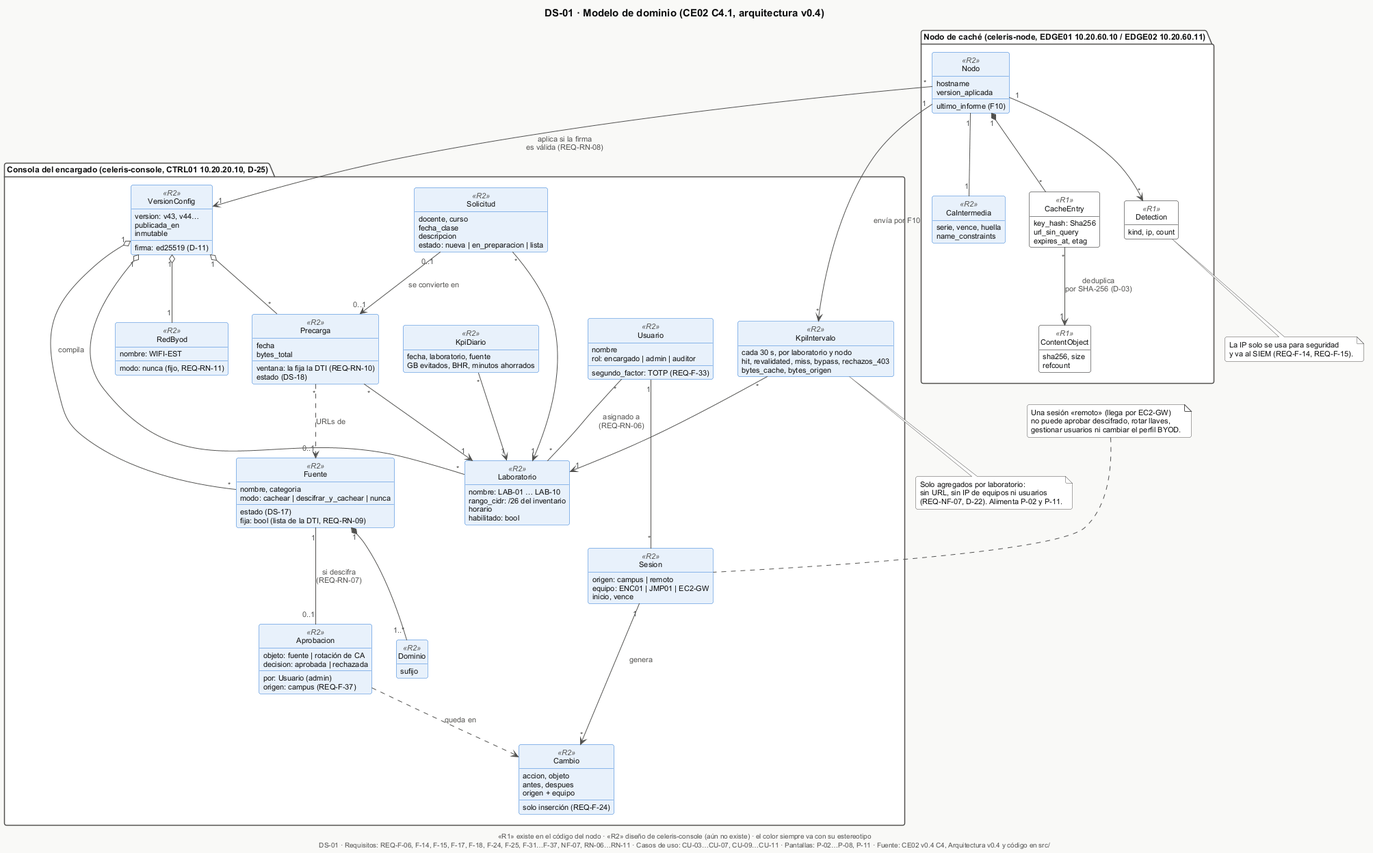
Nick-Saim-MJ/Project-Celeris keeps this PlantUML diagram as docs/software/e1/diagramas/png/DS-01-modelo-dominio.png. Above is the earlier version.
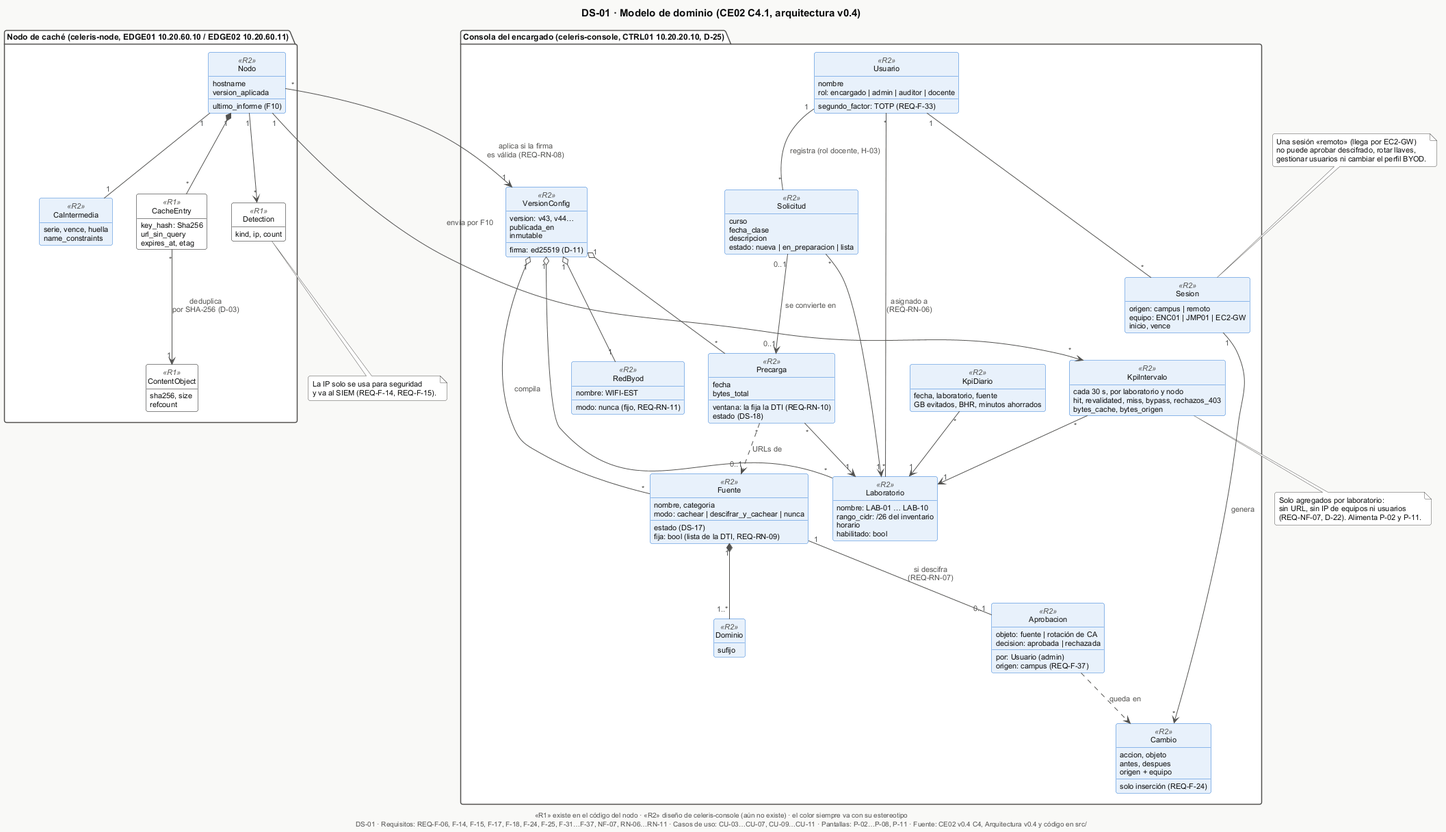
The same file after the commit.

The edit, as a diff of the source:
```diff
@@ -6,7 +6,7 @@
 package "Consola del encargado (celeris-console, CTRL01 10.20.20.10, D-25)" {
   class Usuario <<R2>> {
     nombre
-    rol: encargado | admin | auditor
+    rol: encargado | admin | auditor | docente
     segundo_factor: TOTP (REQ-F-33)
   }
   class Sesion <<R2>> {
@@ -36,7 +36,7 @@
     origen: campus (REQ-F-37)
   }
   class Solicitud <<R2>> {
-    docente, curso
+    curso
     fecha_clase
     descripcion
     estado: nueva | en_preparacion | lista
@@ -104,6 +104,7 @@
 Fuente "1" -- "0..1" Aprobacion : si descifra\n(REQ-RN-07)
 Solicitud "*" --> "1" Laboratorio
 Solicitud "0..1" --> "0..1" Precarga : se convierte en
+Usuario "1" -- "*" Solicitud : registra (rol docente, H-03)
 Precarga "*" --> "1" Laboratorio
 Precarga "*" ..> "0..1" Fuente : URLs de
 VersionConfig "1" o-- "*" Fuente : compila
```
